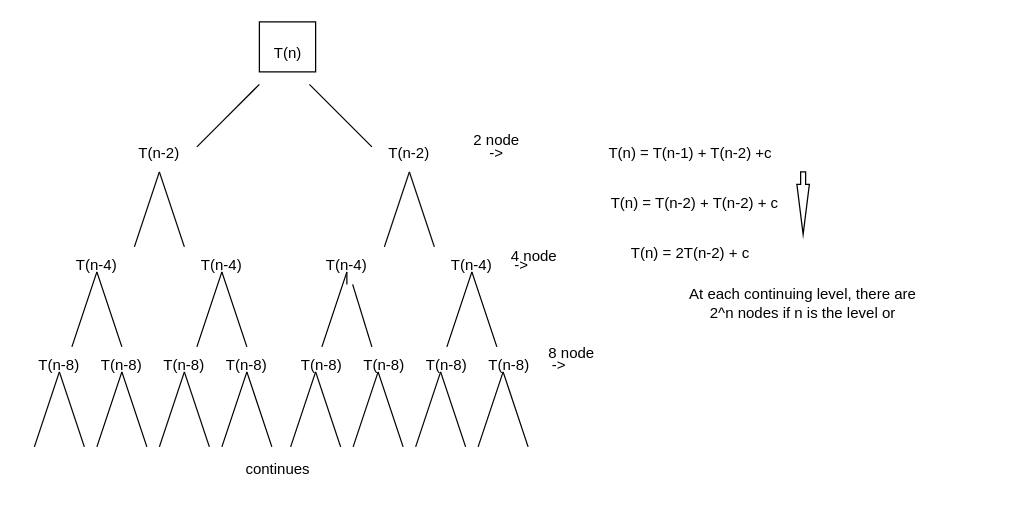
Before: Untitled Diagram.drawio in DylanBriSmith/DylanBriSmith, a draw.io diagram. Source tidied: cells renumbered, new cells numbered last; positions are measured from the earlier drawing's top-left corner, leaving out a move shared by most shapes. Both pictures are drawn from the tidied source at 125%, with x=0, y=0 at pixel (21, 21).
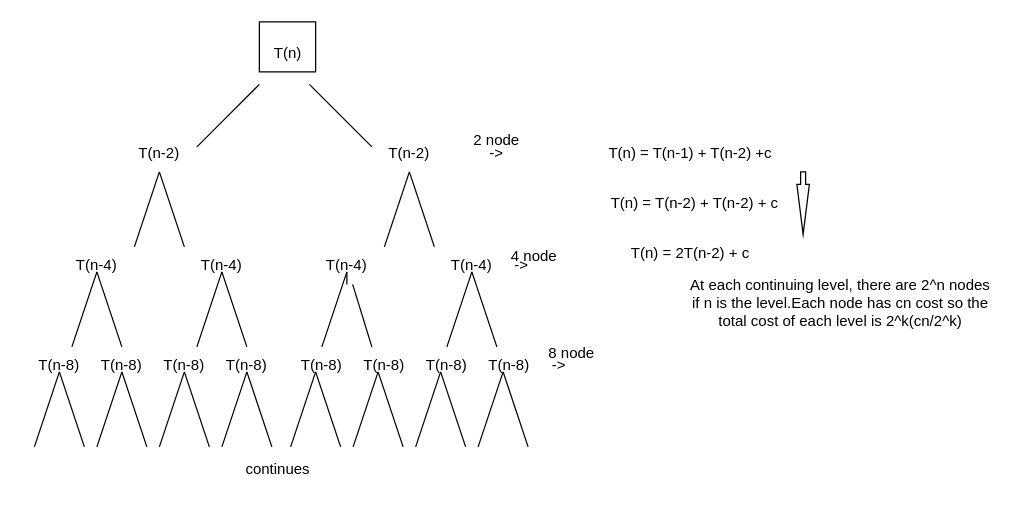
The same page after the edit.

Diff of the diagram source:
```diff
@@
-    <mxCell id="60" value="At each continuing level, there are 2^n nodes if n is the level or " style="text;html=1;strokeColor=none;fillColor=none;align=center;verticalAlign=middle;whiteSpace=wrap;rounded=0;" parent="1" vertex="1">
-      <mxGeometry x="530" y="210" width="190" height="30" as="geometry" />
+    <mxCell id="60" value="At each continuing level, there are 2^n nodes if n is the level.Each node has cn cost so the total cost of each level is 2^k(cn/2^k)" style="text;html=1;strokeColor=none;fillColor=none;align=center;verticalAlign=middle;whiteSpace=wrap;rounded=0;" parent="1" vertex="1">
+      <mxGeometry x="530" y="210" width="250" height="30" as="geometry" />
     </mxCell>
```
